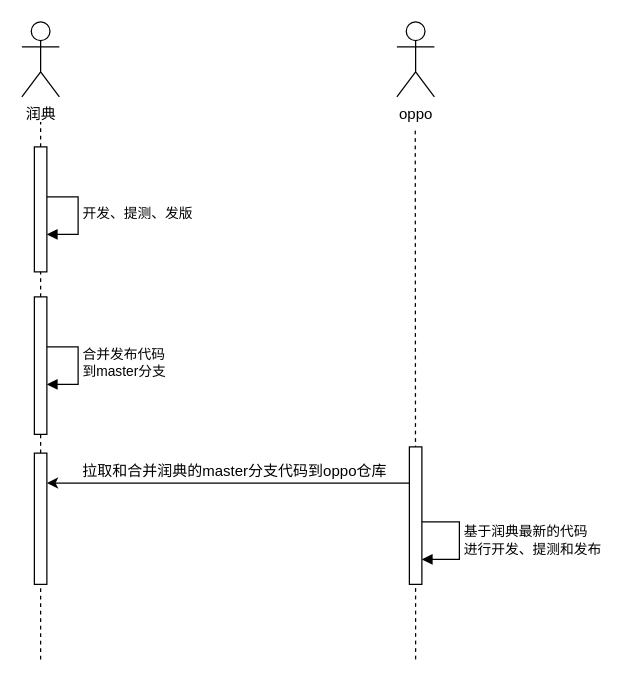
Before: 润典协作模式.drawio in Hantron/jira, a draw.io diagram. Source tidied: cells renumbered, new cells numbered last; positions are measured from the earlier drawing's top-left corner, leaving out a move shared by most shapes. Both pictures are drawn from the tidied source at 125%, with x=0, y=0 at pixel (21, 21).
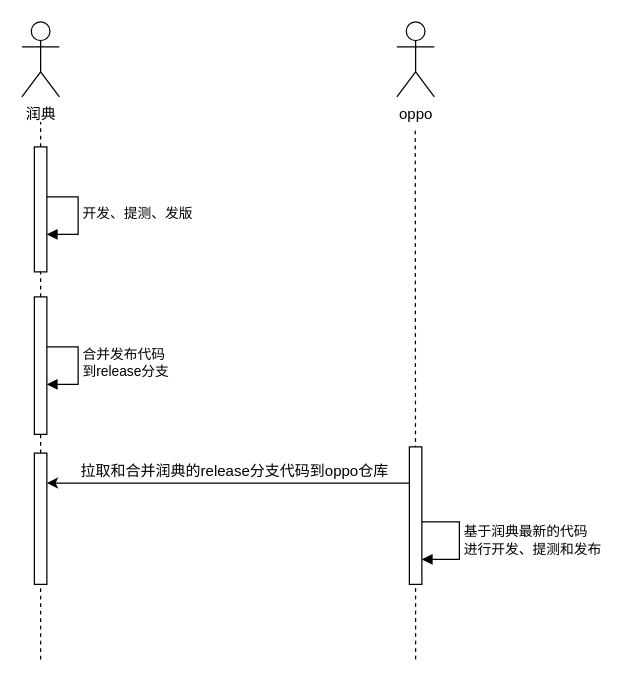
The same page after the edit.

Commit message (it also covers changes not shown here):
更新润典协作模式.drawio

The change refers to these unchanged cells:
```xml
<mxCell id="14" style="html=1;points=[[0,0,0,0,5],[0,1,0,0,-5],[1,0,0,0,5],[1,1,0,0,-5]];perimeter=orthogonalPerimeter;outlineConnect=0;targetShapes=umlLifeline;portConstraint=eastwest;newEdgeStyle={&quot;curved&quot;:0,&quot;rounded&quot;:0};" parent="1" vertex="1">
  <mxGeometry x="10" y="220" width="10" height="110" as="geometry" />
</mxCell>
```

The edit, as a diff of the source:
```diff
@@
-    <mxCell id="10" value="拉取和合并润典的master分支代码到oppo仓库" style="text;html=1;align=center;verticalAlign=middle;strokeColor=none;fillColor=none;" parent="1" vertex="1">
+    <mxCell id="10" value="拉取和合并润典的release分支代码到oppo仓库" style="text;html=1;align=center;verticalAlign=middle;strokeColor=none;fillColor=none;" parent="1" vertex="1">
       <mxGeometry x="35" y="345" width="270" height="30" as="geometry" />
     </mxCell>
@@
-    <mxCell id="13" value="合并发布代码&lt;div&gt;到master分支&lt;/div&gt;" style="html=1;align=left;spacingLeft=2;endArrow=block;rounded=0;edgeStyle=orthogonalEdgeStyle;curved=0;rounded=0;" parent="1" edge="1" target="14">
+    <mxCell id="13" value="合并发布代码&lt;div&gt;到release分支&lt;/div&gt;" style="html=1;align=left;spacingLeft=2;endArrow=block;rounded=0;edgeStyle=orthogonalEdgeStyle;curved=0;rounded=0;" parent="1" edge="1" target="14">
       <mxGeometry relative="1" as="geometry">
         <mxPoint x="15" y="260" as="sourcePoint" />
         <Array as="points">
           <mxPoint x="45" y="290" />
         </Array>
       </mxGeometry>
     </mxCell>
```
